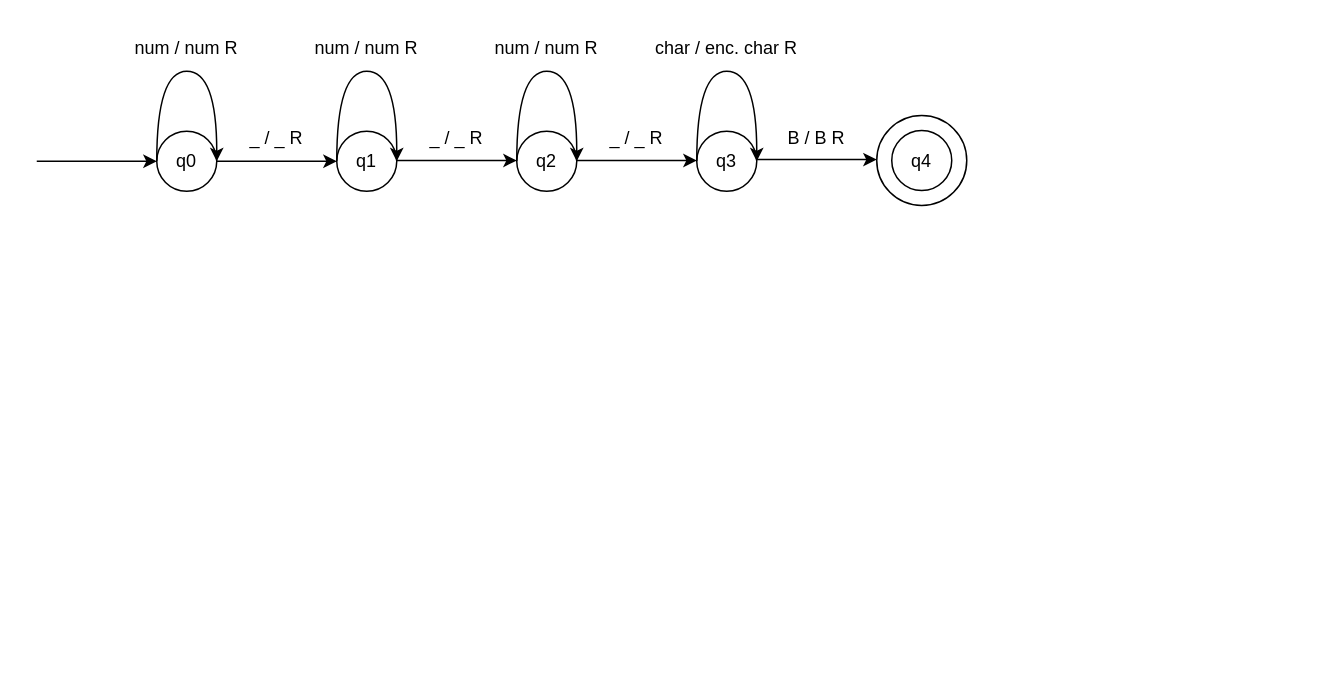
Before: rsa.drawio in Nerggg/RSA-TuringMachine, a draw.io diagram. Source tidied: cells renumbered, new cells numbered last; positions are measured from the earlier drawing's top-left corner, leaving out a move shared by most shapes. Both pictures are drawn from the tidied source at 150%, with x=0, y=0 at pixel (36, 26).
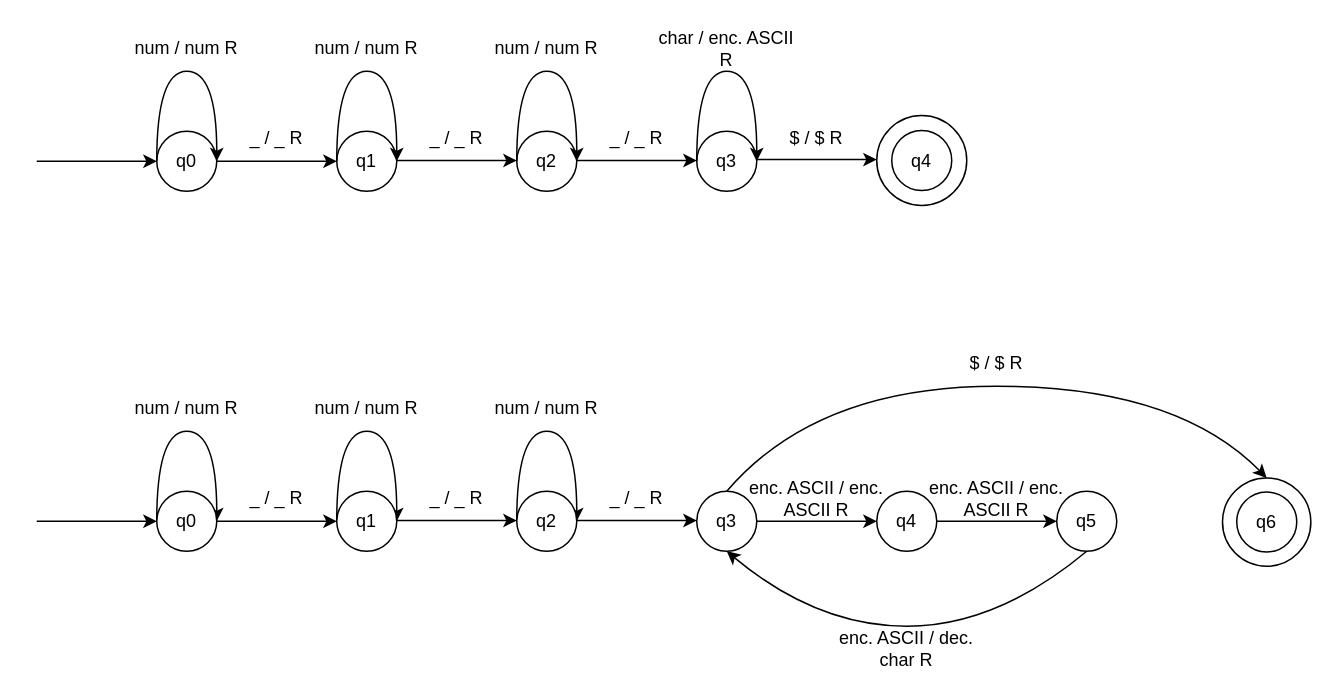
The same diagram, later.

The edit, as a diff of the source:
```diff
@@
+    <mxCell id="25" style="ellipse;whiteSpace=wrap;html=1;" parent="1" vertex="1">
+      <mxGeometry x="790.5" y="301.1" width="58.9" height="58.9" as="geometry" />
+    </mxCell>
@@
-    <mxCell id="15" value="char / enc. char R" style="text;html=1;align=center;verticalAlign=middle;whiteSpace=wrap;rounded=0;" parent="1" vertex="1">
+    <mxCell id="15" value="char / enc. ASCII R" style="text;html=1;align=center;verticalAlign=middle;whiteSpace=wrap;rounded=0;" parent="1" vertex="1">
       <mxGeometry x="410" width="100" height="30" as="geometry" />
     </mxCell>
@@
-    <mxCell id="19" value="B / B R" style="text;html=1;align=center;verticalAlign=middle;whiteSpace=wrap;rounded=0;" parent="1" vertex="1">
+    <mxCell id="19" value="$ / $ R" style="text;html=1;align=center;verticalAlign=middle;whiteSpace=wrap;rounded=0;" parent="1" vertex="1">
       <mxGeometry x="490" y="59.5" width="60" height="30" as="geometry" />
     </mxCell>
@@
+    <mxCell id="26" style="edgeStyle=orthogonalEdgeStyle;rounded=0;jettySize=auto;html=1;entryX=0;entryY=0.5;entryDx=0;entryDy=0;" parent="1" edge="1" source="33" target="34">
+      <mxGeometry relative="1" as="geometry" />
+    </mxCell>
+    <mxCell id="27" style="curved=1;endArrow=classic;html=1;rounded=0;exitX=0;exitY=0.5;exitDx=0;exitDy=0;entryX=1;entryY=0.5;entryDx=0;entryDy=0;" parent="1" edge="1" source="33" target="33">
+      <mxGeometry relative="1" as="geometry">
+        <Array as="points">
+          <mxPoint x="80" y="270" />
+          <mxPoint x="120" y="270" />
+        </Array>
+      </mxGeometry>
+    </mxCell>
+    <mxCell id="28" style="curved=1;endArrow=classic;html=1;rounded=0;exitX=0;exitY=0.5;exitDx=0;exitDy=0;entryX=1;entryY=0.5;entryDx=0;entryDy=0;" parent="1" edge="1">
+      <mxGeometry relative="1" as="geometry">
+        <mxPoint x="200" y="330" as="sourcePoint" />
+        <mxPoint x="240" y="330" as="targetPoint" />
+        <Array as="points">
+          <mxPoint x="200" y="270" />
+          <mxPoint x="240" y="270" />
+        </Array>
+      </mxGeometry>
+    </mxCell>
+    <mxCell id="29" style="edgeStyle=orthogonalEdgeStyle;rounded=0;orthogonalLoop=1;jettySize=auto;html=1;entryX=0;entryY=0.5;entryDx=0;entryDy=0;" parent="1" edge="1">
+      <mxGeometry relative="1" as="geometry">
+        <mxPoint x="240" y="329.5" as="sourcePoint" />
+        <mxPoint x="320" y="329.5" as="targetPoint" />
+      </mxGeometry>
+    </mxCell>
+    <mxCell id="30" style="endArrow=classic;html=1;rounded=0;entryX=0;entryY=0.5;entryDx=0;entryDy=0;" parent="1" edge="1" target="33">
+      <mxGeometry relative="1" as="geometry">
+        <mxPoint y="330" as="sourcePoint" />
+      </mxGeometry>
+    </mxCell>
+    <mxCell id="31" style="curved=1;endArrow=classic;html=1;rounded=0;exitX=0;exitY=0.5;exitDx=0;exitDy=0;entryX=1;entryY=0.5;entryDx=0;entryDy=0;" parent="1" edge="1">
+      <mxGeometry relative="1" as="geometry">
+        <mxPoint x="320" y="330" as="sourcePoint" />
+        <mxPoint x="360" y="330" as="targetPoint" />
+        <Array as="points">
+          <mxPoint x="320" y="270" />
+          <mxPoint x="360" y="270" />
+        </Array>
+      </mxGeometry>
+    </mxCell>
+    <mxCell id="32" style="edgeStyle=orthogonalEdgeStyle;rounded=0;orthogonalLoop=1;jettySize=auto;html=1;entryX=0;entryY=0.5;entryDx=0;entryDy=0;" parent="1" edge="1">
+      <mxGeometry relative="1" as="geometry">
+        <mxPoint x="360" y="329.5" as="sourcePoint" />
+        <mxPoint x="440" y="329.5" as="targetPoint" />
+      </mxGeometry>
+    </mxCell>
+    <mxCell id="33" value="q0" style="ellipse;whiteSpace=wrap;html=1;" parent="1" vertex="1">
+      <mxGeometry x="80" y="310" width="40" height="40" as="geometry" />
+    </mxCell>
+    <mxCell id="34" value="q1" style="ellipse;whiteSpace=wrap;html=1;" parent="1" vertex="1">
+      <mxGeometry x="200" y="310" width="40" height="40" as="geometry" />
+    </mxCell>
+    <mxCell id="35" value="_ / _ R" style="text;html=1;align=center;verticalAlign=middle;whiteSpace=wrap;rounded=0;" parent="1" vertex="1">
+      <mxGeometry x="130" y="300" width="60" height="30" as="geometry" />
+    </mxCell>
+    <mxCell id="36" value="num / num R" style="text;html=1;align=center;verticalAlign=middle;whiteSpace=wrap;rounded=0;" parent="1" vertex="1">
+      <mxGeometry x="60" y="240" width="80" height="30" as="geometry" />
+    </mxCell>
+    <mxCell id="37" value="num / num R" style="text;html=1;align=center;verticalAlign=middle;whiteSpace=wrap;rounded=0;" parent="1" vertex="1">
+      <mxGeometry x="180" y="240" width="80" height="30" as="geometry" />
+    </mxCell>
+    <mxCell id="38" value="_ / _ R" style="text;html=1;align=center;verticalAlign=middle;whiteSpace=wrap;rounded=0;" parent="1" vertex="1">
+      <mxGeometry x="250" y="299.5" width="60" height="30" as="geometry" />
+    </mxCell>
+    <mxCell id="39" style="edgeStyle=orthogonalEdgeStyle;rounded=0;jettySize=auto;html=1;" parent="1" edge="1" source="40">
+      <mxGeometry relative="1" as="geometry">
+        <mxPoint x="560" y="330" as="targetPoint" />
+      </mxGeometry>
+    </mxCell>
+    <mxCell id="40" value="q3" style="ellipse;whiteSpace=wrap;html=1;" parent="1" vertex="1">
+      <mxGeometry x="440" y="310" width="40" height="40" as="geometry" />
+    </mxCell>
+    <mxCell id="41" value="enc. ASCII / enc. ASCII R" style="text;html=1;align=center;verticalAlign=middle;whiteSpace=wrap;rounded=0;" parent="1" vertex="1">
+      <mxGeometry x="470" y="299.5" width="100" height="30" as="geometry" />
+    </mxCell>
+    <mxCell id="42" value="q2" style="ellipse;whiteSpace=wrap;html=1;" parent="1" vertex="1">
+      <mxGeometry x="320" y="310" width="40" height="40" as="geometry" />
+    </mxCell>
+    <mxCell id="43" value="num / num R" style="text;html=1;align=center;verticalAlign=middle;whiteSpace=wrap;rounded=0;" parent="1" vertex="1">
+      <mxGeometry x="300" y="240" width="80" height="30" as="geometry" />
+    </mxCell>
+    <mxCell id="44" value="_ / _ R" style="text;html=1;align=center;verticalAlign=middle;whiteSpace=wrap;rounded=0;" parent="1" vertex="1">
+      <mxGeometry x="370" y="299.5" width="60" height="30" as="geometry" />
+    </mxCell>
+    <mxCell id="45" value="q4" style="ellipse;whiteSpace=wrap;html=1;" parent="1" vertex="1">
+      <mxGeometry x="560" y="310" width="40" height="40" as="geometry" />
+    </mxCell>
+    <mxCell id="46" style="edgeStyle=orthogonalEdgeStyle;rounded=0;orthogonalLoop=1;jettySize=auto;html=1;" parent="1" edge="1">
+      <mxGeometry relative="1" as="geometry">
+        <mxPoint x="600" y="330" as="sourcePoint" />
+        <mxPoint x="680" y="330" as="targetPoint" />
+      </mxGeometry>
+    </mxCell>
+    <mxCell id="47" value="enc. ASCII / enc. ASCII R" style="text;html=1;align=center;verticalAlign=middle;whiteSpace=wrap;rounded=0;" parent="1" vertex="1">
+      <mxGeometry x="590" y="299.5" width="100" height="30" as="geometry" />
+    </mxCell>
+    <mxCell id="48" value="q5" style="ellipse;whiteSpace=wrap;html=1;" parent="1" vertex="1">
+      <mxGeometry x="680" y="310" width="40" height="40" as="geometry" />
+    </mxCell>
+    <mxCell id="49" value="enc. ASCII / dec. char R" style="text;html=1;align=center;verticalAlign=middle;whiteSpace=wrap;rounded=0;" parent="1" vertex="1">
+      <mxGeometry x="530" y="400" width="100" height="30" as="geometry" />
+    </mxCell>
+    <mxCell id="50" value="q6" style="ellipse;whiteSpace=wrap;html=1;" parent="1" vertex="1">
+      <mxGeometry x="800" y="310.5" width="40" height="40" as="geometry" />
+    </mxCell>
+    <mxCell id="51" style="curved=1;endArrow=classic;html=1;rounded=0;exitX=0.5;exitY=1;exitDx=0;exitDy=0;entryX=0.5;entryY=1;entryDx=0;entryDy=0;" parent="1" edge="1" source="48" target="40">
+      <mxGeometry relative="1" as="geometry">
+        <Array as="points">
+          <mxPoint x="640" y="400" />
+          <mxPoint x="520" y="400" />
+        </Array>
+      </mxGeometry>
+    </mxCell>
+    <mxCell id="52" style="curved=1;endArrow=classic;html=1;rounded=0;exitX=0.5;exitY=0;exitDx=0;exitDy=0;entryX=0.5;entryY=0;entryDx=0;entryDy=0;" parent="1" edge="1" source="40" target="25">
+      <mxGeometry relative="1" as="geometry">
+        <Array as="points">
+          <mxPoint x="520" y="240" />
+          <mxPoint x="760" y="240" />
+        </Array>
+      </mxGeometry>
+    </mxCell>
+    <mxCell id="53" value="$ / $ R" style="text;html=1;align=center;verticalAlign=middle;whiteSpace=wrap;rounded=0;" parent="1" vertex="1">
+      <mxGeometry x="590" y="210" width="100" height="30" as="geometry" />
+    </mxCell>
```
